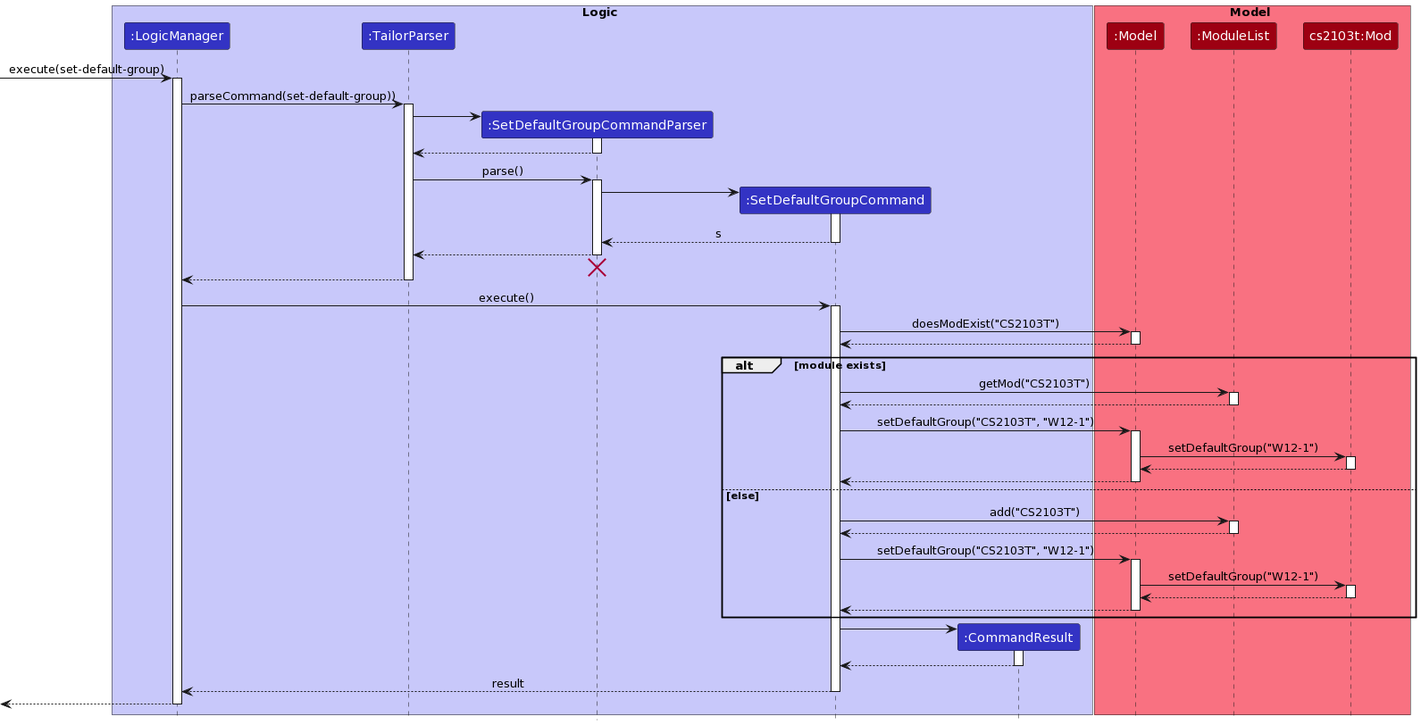
Earlier version of the PlantUML export docs/images/SetDefaultSequenceDiagram.png (s7manth/tp).
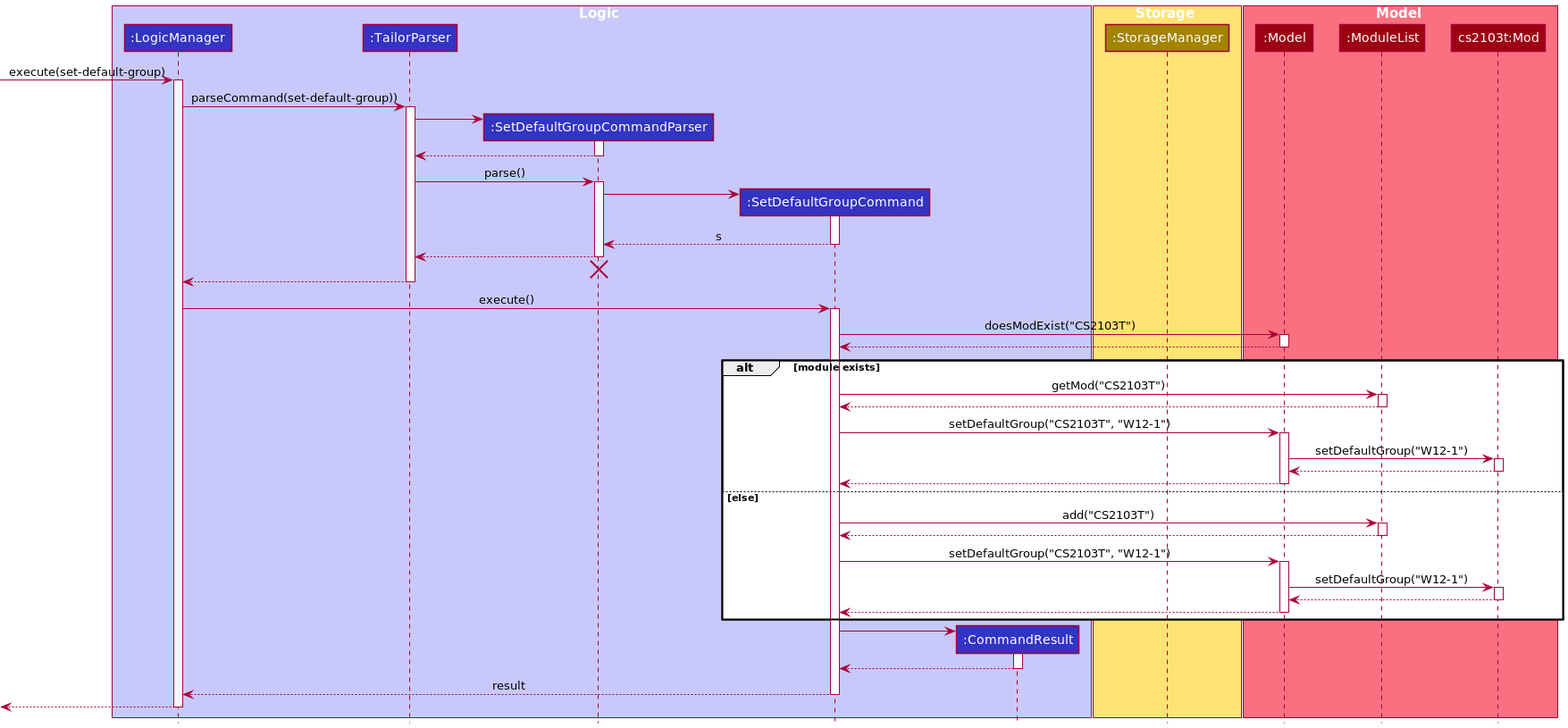
The same file after the commit.

Commit message:
fix uml diagram

Diff of the diagram source:
```diff
@@ -1,77 +1,5 @@
 @startuml
-
-
-
-!define UI_COLOR #1D8900
-!define UI_COLOR_T1 #83E769
-!define UI_COLOR_T2 #3FC71B
-!define UI_COLOR_T3 #166800
-!define UI_COLOR_T4 #0E4100
-
-!define LOGIC_COLOR #3333C4
-!define LOGIC_COLOR_T1 #C8C8FA
-!define LOGIC_COLOR_T2 #6A6ADC
-!define LOGIC_COLOR_T3 #1616B0
-!define LOGIC_COLOR_T4 #101086
-
-!define MODEL_COLOR #9D0012
-!define MODEL_COLOR_T1 #F97181
-!define MODEL_COLOR_T2 #E41F36
-!define MODEL_COLOR_T3 #7B000E
-!define MODEL_COLOR_T4 #51000A
-
-!define STORAGE_COLOR #A38300
-!define STORAGE_COLOR_T1 #FFE374
-!define STORAGE_COLOR_T2 #EDC520
-!define STORAGE_COLOR_T3 #806600
-!define STORAGE_COLOR_T2 #544400
-
-!define USER_COLOR #000000
-
-skinparam BackgroundColor #FFFFFFF
-
-skinparam Shadowing false
-
-skinparam Class {
-    FontColor #FFFFFF
-    BorderThickness 1
-    BorderColor #FFFFFF
-    StereotypeFontColor #FFFFFF
-    FontName Arial
-}
-
-skinparam Actor {
-    BorderColor USER_COLOR
-    Color USER_COLOR
-    FontName Arial
-}
-
-skinparam Sequence {
-    MessageAlign center
-    BoxFontSize 15
-    BoxPadding 0
-    BoxFontColor #FFFFFF
-    FontName Arial
-}
-
-skinparam Participant {
-    FontColor #FFFFFFF
-    Padding 20
-}
-
-skinparam MinClassWidth 50
-skinparam ParticipantPadding 10
-skinparam Shadowing false
-skinparam DefaultTextAlignment center
-skinparam packageStyle Rectangle
-
-hide footbox
-hide members
-hide circle
-
-
-
-
+!include style.puml
 
 box Logic LOGIC_COLOR_T1
 participant ":LogicManager" as LogicManager LOGIC_COLOR
@@ -79,6 +7,10 @@
 participant ":SetDefaultGroupCommandParser" as SetDefaultGroupCommandParser LOGIC_COLOR
 participant ":SetDefaultGroupCommand" as SetDefaultGroupCommand LOGIC_COLOR
 participant ":CommandResult" as CommandResult LOGIC_COLOR
+end box
+
+box Storage STORAGE_COLOR_T1
+participant ":StorageManager" as sm STORAGE_COLOR
 end box
 
 box Model MODEL_COLOR_T1
@@ -178,4 +110,7 @@
 
 [<--LogicManager
 deactivate LogicManager
+
+
+
 @enduml
```
